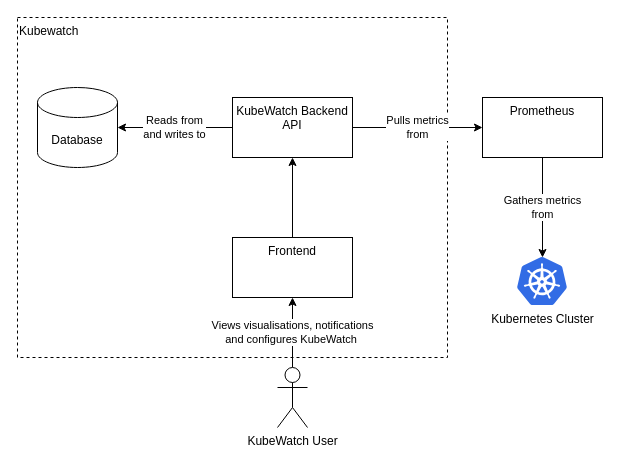
This is Documentation/src/02_product-documentation/Container_diagram.drawio from KubeWatch-Monitoring/KubeWatch, a draw.io file, before an edit. Source tidied: cells renumbered, new cells numbered last; positions are measured from the earlier drawing's top-left corner, leaving out a move shared by most shapes. Both pictures are drawn from the tidied source at 100%, with x=0, y=0 at pixel (17, 17).
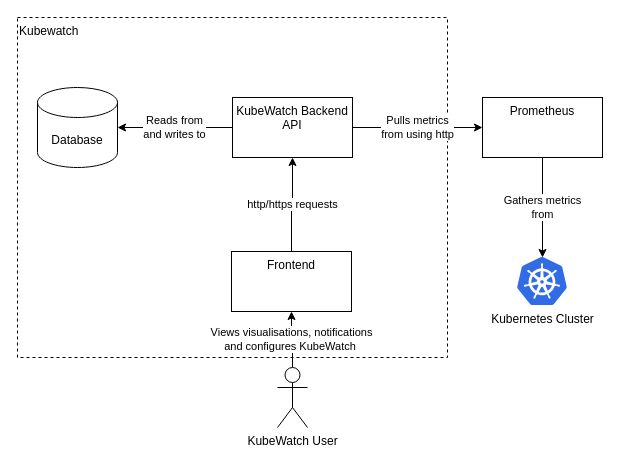
The same page after the edit.

Commit message (it also covers changes not shown here):
Changes to FR/NFR architecture doc

What changed in the source:
```diff
@@
 <mxGraphModel>
   <root>
     <mxCell id="0" />
     <mxCell id="1" parent="0" />
     <mxCell id="2" value="Kubewatch" style="rounded=0;whiteSpace=wrap;html=1;dashed=1;fillColor=none;align=left;verticalAlign=top;" parent="1" vertex="1">
       <mxGeometry width="430" height="340" as="geometry" />
     </mxCell>
     <mxCell id="3" value="Views visualisations, notifications&lt;br&gt;and configures KubeWatch&amp;nbsp;" style="edgeStyle=orthogonalEdgeStyle;rounded=0;jettySize=auto;html=1;" parent="1" edge="1" source="4" target="11">
       <mxGeometry relative="1" as="geometry" />
     </mxCell>
     <mxCell id="4" value="KubeWatch User" style="shape=umlActor;verticalLabelPosition=bottom;verticalAlign=top;html=1;outlineConnect=0;" parent="1" vertex="1">
       <mxGeometry x="260" y="350" width="30" height="60" as="geometry" />
     </mxCell>
-    <mxCell id="5" value="Pulls metrics&lt;br&gt;from" style="edgeStyle=orthogonalEdgeStyle;rounded=0;jettySize=auto;html=1;" parent="1" edge="1" source="6" target="8">
+    <mxCell id="5" value="Pulls metrics&lt;br&gt;from using http" style="edgeStyle=orthogonalEdgeStyle;rounded=0;jettySize=auto;html=1;" parent="1" edge="1" source="6" target="8">
       <mxGeometry relative="1" as="geometry" />
     </mxCell>
     <mxCell id="6" value="KubeWatch Backend API" style="whiteSpace=wrap;html=1;verticalAlign=top;" parent="1" vertex="1">
       <mxGeometry x="215" y="80" width="120" height="60" as="geometry" />
     </mxCell>
     <mxCell id="7" value="Gathers metrics&lt;br&gt;from" style="edgeStyle=orthogonalEdgeStyle;rounded=0;jettySize=auto;html=1;jumpStyle=none;targetPerimeterSpacing=0;spacingLeft=0;spacingRight=0;labelBorderColor=none;jumpSize=6;shadow=0;sketch=0;" parent="1" edge="1" source="8" target="9">
       <mxGeometry relative="1" as="geometry" />
     </mxCell>
     <mxCell id="8" value="Prometheus" style="whiteSpace=wrap;html=1;verticalAlign=top;" parent="1" vertex="1">
       <mxGeometry x="465" y="80" width="120" height="60" as="geometry" />
     </mxCell>
     <mxCell id="9" value="Kubernetes Cluster" style="sketch=0;html=1;points=[];align=center;image;fontSize=12;image=img/lib/mscae/Kubernetes.svg;" parent="1" vertex="1">
       <mxGeometry x="500" y="240" width="50" height="48" as="geometry" />
     </mxCell>
-    <mxCell id="10" style="edgeStyle=orthogonalEdgeStyle;rounded=0;sketch=0;jumpStyle=none;jumpSize=6;jettySize=auto;html=1;shadow=0;labelBorderColor=none;targetPerimeterSpacing=0;" parent="1" edge="1" source="11" target="6">
+    <mxCell id="10" value="http/https requests" style="edgeStyle=orthogonalEdgeStyle;rounded=0;sketch=0;jumpStyle=none;jumpSize=6;jettySize=auto;html=1;shadow=0;labelBorderColor=none;targetPerimeterSpacing=0;" parent="1" edge="1" source="11" target="6">
       <mxGeometry relative="1" as="geometry" />
     </mxCell>
     <mxCell id="11" value="Frontend" style="whiteSpace=wrap;html=1;verticalAlign=top;" parent="1" vertex="1">
-      <mxGeometry x="215" y="220" width="120" height="60" as="geometry" />
+      <mxGeometry x="214" y="234" width="120" height="60" as="geometry" />
     </mxCell>
     <mxCell id="12" value="Reads from&lt;br&gt;and writes to" style="edgeStyle=orthogonalEdgeStyle;rounded=0;sketch=0;jumpStyle=none;jumpSize=6;jettySize=auto;html=1;shadow=0;labelBorderColor=none;sourcePerimeterSpacing=0;" parent="1" edge="1" source="6" target="13">
       <mxGeometry relative="1" as="geometry" />
     </mxCell>
     <mxCell id="13" value="Database" style="shape=cylinder3;whiteSpace=wrap;html=1;boundedLbl=1;backgroundOutline=1;size=15;fillColor=none;" parent="1" vertex="1">
       <mxGeometry x="20" y="70" width="80" height="80" as="geometry" />
     </mxCell>
   </root>
 </mxGraphModel>
```
